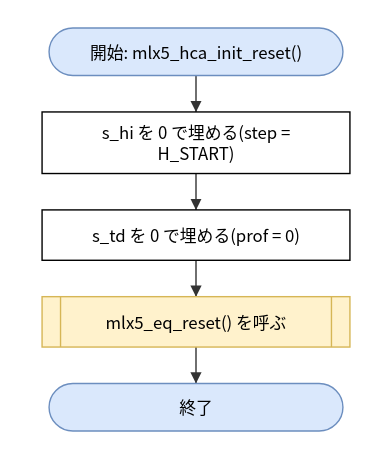
Above: doc/spec/images/flow_src_mlx5_hca-mlx5_hca_init_reset.drawio.svg in hf355051012-ai/bfmem (draw.io), before the change. Source tidied: cells renumbered, new cells last; positions are measured from the earlier drawing's top-left corner, leaving out a move shared by most shapes. Source of this version:
```xml
<mxGraphModel>
  <root>
    <mxCell id="0" />
    <mxCell id="1" parent="0" />
    <mxCell id="2" value="開始: mlx5_hca_init_reset()" style="rounded=1;arcSize=50;whiteSpace=wrap;html=1;fillColor=#dae8fc;strokeColor=#6c8ebf;" parent="1" vertex="1">
      <mxGeometry x="5" width="210" height="34" as="geometry" />
    </mxCell>
    <mxCell id="3" value="s_hi を 0 で埋める(step =&lt;br&gt;H_START)" style="rounded=0;whiteSpace=wrap;html=1;" parent="1" vertex="1">
      <mxGeometry y="60" width="220" height="44" as="geometry" />
    </mxCell>
    <mxCell id="4" value="s_td を 0 で埋める(prof = 0)" style="rounded=0;whiteSpace=wrap;html=1;" parent="1" vertex="1">
      <mxGeometry y="130" width="220" height="36" as="geometry" />
    </mxCell>
    <mxCell id="5" value="mlx5_eq_reset() を呼ぶ" style="shape=process;whiteSpace=wrap;html=1;backgroundOutline=1;size=0.06;fillColor=#fff2cc;strokeColor=#d6b656;" parent="1" vertex="1">
      <mxGeometry y="192" width="220" height="36" as="geometry" />
    </mxCell>
    <mxCell id="6" value="終了" style="rounded=1;arcSize=50;whiteSpace=wrap;html=1;fillColor=#dae8fc;strokeColor=#6c8ebf;" parent="1" vertex="1">
      <mxGeometry x="5" y="254" width="210" height="34" as="geometry" />
    </mxCell>
    <mxCell id="7" style="edgeStyle=none;html=1;rounded=0;endArrow=block;endFill=1;exitX=0.5000;exitY=1.0000;exitDx=0;exitDy=0;exitPerimeter=0;entryX=0.5000;entryY=0.0000;entryDx=0;entryDy=0;entryPerimeter=0;" parent="1" edge="1" source="2" target="3">
      <mxGeometry relative="1" as="geometry" />
    </mxCell>
    <mxCell id="8" style="edgeStyle=none;html=1;rounded=0;endArrow=block;endFill=1;exitX=0.5000;exitY=1.0000;exitDx=0;exitDy=0;exitPerimeter=0;entryX=0.5000;entryY=0.0000;entryDx=0;entryDy=0;entryPerimeter=0;" parent="1" edge="1" source="3" target="4">
      <mxGeometry relative="1" as="geometry" />
    </mxCell>
    <mxCell id="9" style="edgeStyle=none;html=1;rounded=0;endArrow=block;endFill=1;exitX=0.5000;exitY=1.0000;exitDx=0;exitDy=0;exitPerimeter=0;entryX=0.5000;entryY=0.0000;entryDx=0;entryDy=0;entryPerimeter=0;" parent="1" edge="1" source="4" target="5">
      <mxGeometry relative="1" as="geometry" />
    </mxCell>
    <mxCell id="10" style="edgeStyle=none;html=1;rounded=0;endArrow=block;endFill=1;exitX=0.5000;exitY=1.0000;exitDx=0;exitDy=0;exitPerimeter=0;entryX=0.5000;entryY=0.0000;entryDx=0;entryDy=0;entryPerimeter=0;" parent="1" edge="1" source="5" target="6">
      <mxGeometry relative="1" as="geometry" />
    </mxCell>
  </root>
</mxGraphModel>
```
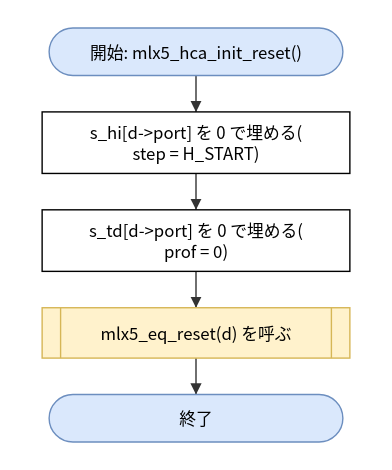
After the commit.

Diff of the diagram source:
```diff
@@ -5,17 +5,17 @@
     <mxCell id="2" value="開始: mlx5_hca_init_reset()" style="rounded=1;arcSize=50;whiteSpace=wrap;html=1;fillColor=#dae8fc;strokeColor=#6c8ebf;" parent="1" vertex="1">
       <mxGeometry x="5" width="210" height="34" as="geometry" />
     </mxCell>
-    <mxCell id="3" value="s_hi を 0 で埋める(step =&lt;br&gt;H_START)" style="rounded=0;whiteSpace=wrap;html=1;" parent="1" vertex="1">
+    <mxCell id="3" value="s_hi[d-&amp;gt;port] を 0 で埋める(&lt;br&gt;step = H_START)" style="rounded=0;whiteSpace=wrap;html=1;" parent="1" vertex="1">
       <mxGeometry y="60" width="220" height="44" as="geometry" />
     </mxCell>
-    <mxCell id="4" value="s_td を 0 で埋める(prof = 0)" style="rounded=0;whiteSpace=wrap;html=1;" parent="1" vertex="1">
-      <mxGeometry y="130" width="220" height="36" as="geometry" />
+    <mxCell id="4" value="s_td[d-&amp;gt;port] を 0 で埋める(&lt;br&gt;prof = 0)" style="rounded=0;whiteSpace=wrap;html=1;" parent="1" vertex="1">
+      <mxGeometry y="130" width="220" height="44" as="geometry" />
     </mxCell>
-    <mxCell id="5" value="mlx5_eq_reset() を呼ぶ" style="shape=process;whiteSpace=wrap;html=1;backgroundOutline=1;size=0.06;fillColor=#fff2cc;strokeColor=#d6b656;" parent="1" vertex="1">
-      <mxGeometry y="192" width="220" height="36" as="geometry" />
+    <mxCell id="5" value="mlx5_eq_reset(d) を呼ぶ" style="shape=process;whiteSpace=wrap;html=1;backgroundOutline=1;size=0.06;fillColor=#fff2cc;strokeColor=#d6b656;" parent="1" vertex="1">
+      <mxGeometry y="200" width="220" height="36" as="geometry" />
     </mxCell>
     <mxCell id="6" value="終了" style="rounded=1;arcSize=50;whiteSpace=wrap;html=1;fillColor=#dae8fc;strokeColor=#6c8ebf;" parent="1" vertex="1">
-      <mxGeometry x="5" y="254" width="210" height="34" as="geometry" />
+      <mxGeometry x="5" y="262" width="210" height="34" as="geometry" />
     </mxCell>
     <mxCell id="7" style="edgeStyle=none;html=1;rounded=0;endArrow=block;endFill=1;exitX=0.5000;exitY=1.0000;exitDx=0;exitDy=0;exitPerimeter=0;entryX=0.5000;entryY=0.0000;entryDx=0;entryDy=0;entryPerimeter=0;" parent="1" edge="1" source="2" target="3">
       <mxGeometry relative="1" as="geometry" />
```
